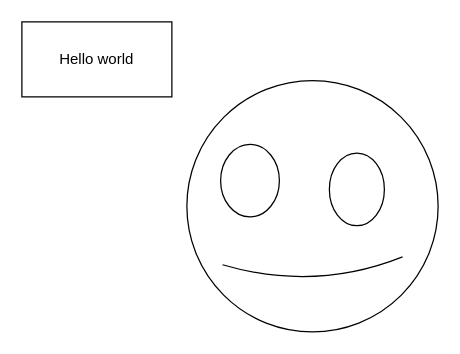
Before: DND-Brainstorm.drawio in OliwierJaworski/DnD-Virtual-CardGame, a draw.io diagram. Source tidied: cells renumbered, new cells numbered last; positions are measured from the earlier drawing's top-left corner, leaving out a move shared by most shapes. Both pictures are drawn from the tidied source at 125%, with x=0, y=0 at pixel (21, 21).
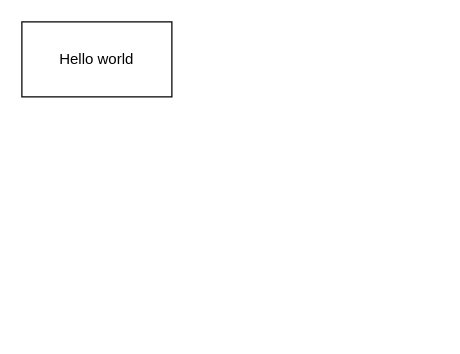
The same page after the edit.

Change to the diagram source:
```diff
@@
 <mxGraphModel>
   <root>
     <mxCell id="0" />
     <mxCell id="1" parent="0" />
     <mxCell id="2" value="Hello world" style="rounded=0;whiteSpace=wrap;html=1;" parent="1" vertex="1">
       <mxGeometry width="120" height="60" as="geometry" />
     </mxCell>
-    <mxCell id="3" style="ellipse;whiteSpace=wrap;html=1;" parent="1" vertex="1">
-      <mxGeometry x="132" y="47" width="201" height="201" as="geometry" />
-    </mxCell>
-    <mxCell id="4" style="endArrow=none;html=1;rounded=0;fontSize=12;startSize=8;endSize=8;curved=1;" parent="1" edge="1">
-      <mxGeometry relative="1" as="geometry">
-        <mxPoint x="160.5" y="194.3" as="sourcePoint" />
-        <mxPoint x="304.5" y="188" as="targetPoint" />
-        <Array as="points">
-          <mxPoint x="234.5" y="216" />
-        </Array>
-      </mxGeometry>
-    </mxCell>
-    <mxCell id="5" style="ellipse;whiteSpace=wrap;html=1;" parent="1" vertex="1">
-      <mxGeometry x="159" y="98" width="47" height="58" as="geometry" />
-    </mxCell>
-    <mxCell id="6" style="ellipse;whiteSpace=wrap;html=1;" parent="1" vertex="1">
-      <mxGeometry x="246" y="105" width="44" height="58" as="geometry" />
-    </mxCell>
   </root>
 </mxGraphModel>
```
